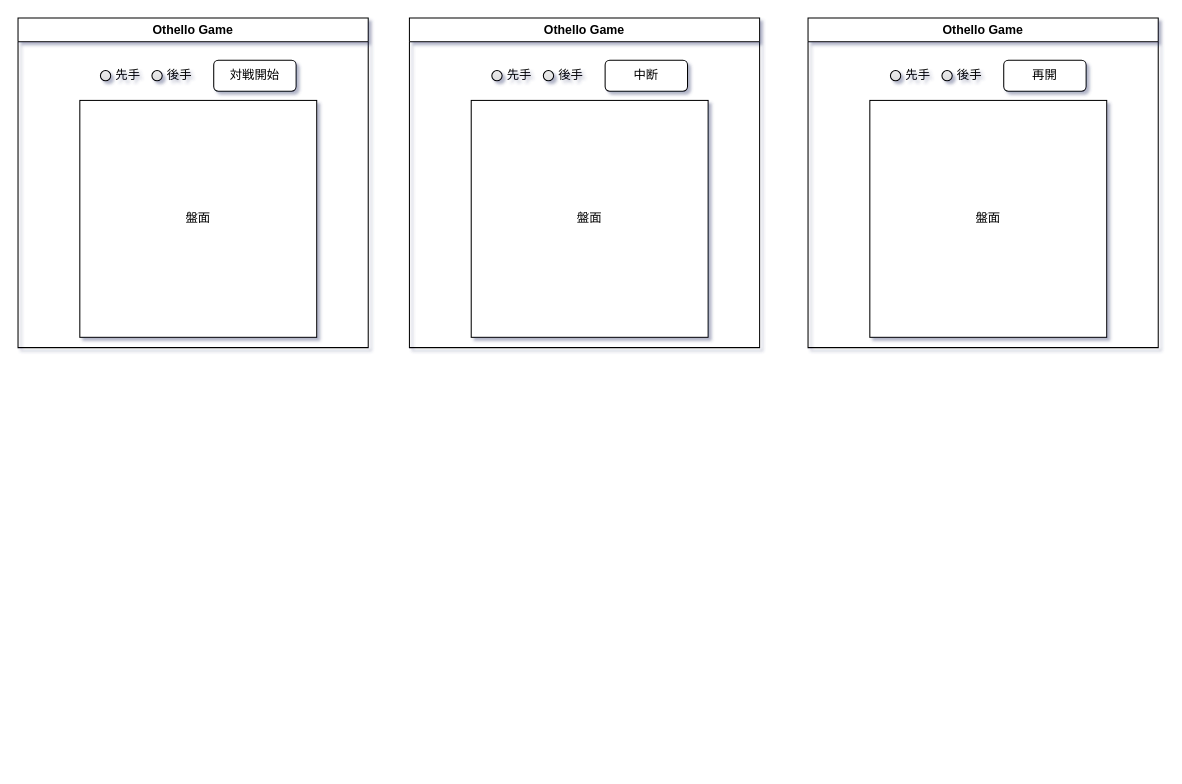
Before: docs/othello_ui.drawio in yr260625/vercel-postgres-trial, a draw.io diagram. Source tidied: cells renumbered, new cells numbered last; positions are measured from the earlier drawing's top-left corner, leaving out a move shared by most shapes. Both pictures are drawn from the tidied source at 103%, with x=0, y=0 at pixel (18, 18).
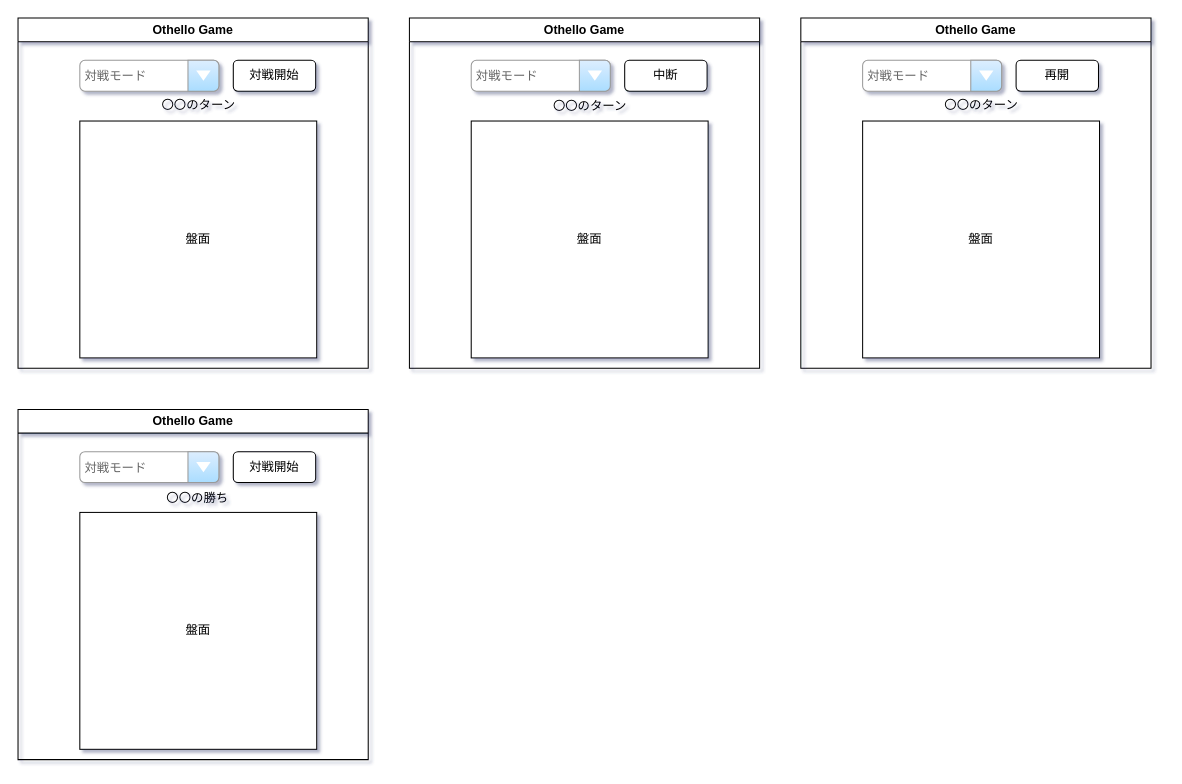
The same page after the edit.

Change to the diagram source:
```diff
@@
     <mxCell id="2" value="Othello Game" style="swimlane;whiteSpace=wrap;html=1;startSize=23;" parent="1" vertex="1">
-      <mxGeometry width="340" height="320" as="geometry" />
+      <mxGeometry width="340" height="340" as="geometry" />
     </mxCell>
     <mxCell id="3" value="対戦開始" style="rounded=1;whiteSpace=wrap;html=1;" parent="2" vertex="1">
-      <mxGeometry x="190" y="41" width="80" height="30" as="geometry" />
+      <mxGeometry x="209" y="41" width="80" height="30" as="geometry" />
     </mxCell>
-    <mxCell id="4" value="先手&lt;span style=&quot;white-space: pre;&quot;&gt;&#9;&lt;/span&gt;" style="html=1;shadow=0;dashed=0;shape=mxgraph.bootstrap.radioButton2;labelPosition=right;verticalLabelPosition=middle;align=left;verticalAlign=middle;gradientColor=#DEDEDE;fillColor=#EDEDED;checked=0;spacing=5;checkedFill=#0085FC;checkedStroke=#ffffff;" parent="2" vertex="1">
-      <mxGeometry x="80" y="51" width="10" height="10" as="geometry" />
-    </mxCell>
-    <mxCell id="5" value="後手" style="html=1;shadow=0;dashed=0;shape=mxgraph.bootstrap.radioButton2;labelPosition=right;verticalLabelPosition=middle;align=left;verticalAlign=middle;gradientColor=#DEDEDE;fillColor=#EDEDED;checked=0;spacing=5;checkedFill=#0085FC;checkedStroke=#ffffff;" parent="2" vertex="1">
-      <mxGeometry x="130" y="51" width="10" height="10" as="geometry" />
-    </mxCell>
     <mxCell id="6" value="盤面" style="whiteSpace=wrap;html=1;" parent="2" vertex="1">
-      <mxGeometry x="60" y="80" width="230" height="230" as="geometry" />
+      <mxGeometry x="60" y="100" width="230" height="230" as="geometry" />
     </mxCell>
-    <mxCell id="7" value="Othello Game" style="swimlane;whiteSpace=wrap;html=1;startSize=23;" parent="1" vertex="1">
-      <mxGeometry x="380" width="340" height="320" as="geometry" />
-    </mxCell>
+    <mxCell id="17" value="&lt;font style=&quot;font-size: 12px;&quot;&gt;対戦モード&lt;/font&gt;" style="strokeWidth=1;shadow=0;dashed=0;align=center;html=1;shape=mxgraph.mockup.forms.comboBox;strokeColor=#999999;fillColor=#ddeeff;align=left;fillColor2=#aaddff;mainText=;fontColor=#666666;fontSize=17;spacingLeft=3;" parent="2" vertex="1">
+      <mxGeometry x="60" y="41" width="135" height="30" as="geometry" />
+    </mxCell>
+    <mxCell id="18" value="〇〇のターン" style="text;html=1;align=center;verticalAlign=middle;strokeColor=none;fillColor=none;fontSize=12;" parent="2" vertex="1">
+      <mxGeometry x="125" y="70" width="100" height="30" as="geometry" />
+    </mxCell>
+    <mxCell id="19" value="Othello Game" style="swimlane;whiteSpace=wrap;html=1;startSize=23;" parent="1" vertex="1">
+      <mxGeometry x="380" width="340" height="340" as="geometry" />
+    </mxCell>
-    <mxCell id="8" value="中断" style="rounded=1;whiteSpace=wrap;html=1;" parent="7" vertex="1">
-      <mxGeometry x="190" y="41" width="80" height="30" as="geometry" />
+    <mxCell id="8" value="中断" style="rounded=1;whiteSpace=wrap;html=1;" parent="19" vertex="1">
+      <mxGeometry x="209" y="41" width="80" height="30" as="geometry" />
     </mxCell>
-    <mxCell id="9" value="先手&lt;span style=&quot;white-space: pre;&quot;&gt;&#9;&lt;/span&gt;" style="html=1;shadow=0;dashed=0;shape=mxgraph.bootstrap.radioButton2;labelPosition=right;verticalLabelPosition=middle;align=left;verticalAlign=middle;gradientColor=#DEDEDE;fillColor=#EDEDED;checked=0;spacing=5;checkedFill=#0085FC;checkedStroke=#ffffff;" parent="7" vertex="1">
-      <mxGeometry x="80" y="51" width="10" height="10" as="geometry" />
-    </mxCell>
-    <mxCell id="10" value="後手" style="html=1;shadow=0;dashed=0;shape=mxgraph.bootstrap.radioButton2;labelPosition=right;verticalLabelPosition=middle;align=left;verticalAlign=middle;gradientColor=#DEDEDE;fillColor=#EDEDED;checked=0;spacing=5;checkedFill=#0085FC;checkedStroke=#ffffff;" parent="7" vertex="1">
-      <mxGeometry x="130" y="51" width="10" height="10" as="geometry" />
-    </mxCell>
-    <mxCell id="11" value="盤面" style="whiteSpace=wrap;html=1;" parent="7" vertex="1">
-      <mxGeometry x="60" y="80" width="230" height="230" as="geometry" />
-    </mxCell>
-    <mxCell id="12" value="Othello Game" style="swimlane;whiteSpace=wrap;html=1;startSize=23;" parent="1" vertex="1">
-      <mxGeometry x="767" width="340" height="320" as="geometry" />
-    </mxCell>
+    <mxCell id="20" value="盤面" style="whiteSpace=wrap;html=1;" parent="19" vertex="1">
+      <mxGeometry x="60" y="100" width="230" height="230" as="geometry" />
+    </mxCell>
+    <mxCell id="21" value="&lt;font style=&quot;font-size: 12px;&quot;&gt;対戦モード&lt;/font&gt;" style="strokeWidth=1;shadow=0;dashed=0;align=center;html=1;shape=mxgraph.mockup.forms.comboBox;strokeColor=#999999;fillColor=#ddeeff;align=left;fillColor2=#aaddff;mainText=;fontColor=#666666;fontSize=17;spacingLeft=3;" parent="19" vertex="1">
+      <mxGeometry x="60" y="41" width="135" height="30" as="geometry" />
+    </mxCell>
+    <mxCell id="22" value="〇〇のターン" style="text;html=1;align=center;verticalAlign=middle;strokeColor=none;fillColor=none;fontSize=12;" parent="19" vertex="1">
+      <mxGeometry x="125" y="71" width="100" height="30" as="geometry" />
+    </mxCell>
+    <mxCell id="23" value="Othello Game" style="swimlane;whiteSpace=wrap;html=1;startSize=23;" parent="1" vertex="1">
+      <mxGeometry x="760" width="340" height="340" as="geometry" />
+    </mxCell>
-    <mxCell id="13" value="再開" style="rounded=1;whiteSpace=wrap;html=1;" parent="12" vertex="1">
-      <mxGeometry x="190" y="41" width="80" height="30" as="geometry" />
+    <mxCell id="13" value="再開" style="rounded=1;whiteSpace=wrap;html=1;" parent="23" vertex="1">
+      <mxGeometry x="209" y="41" width="80" height="30" as="geometry" />
     </mxCell>
-    <mxCell id="14" value="先手&lt;span style=&quot;white-space: pre;&quot;&gt;&#9;&lt;/span&gt;" style="html=1;shadow=0;dashed=0;shape=mxgraph.bootstrap.radioButton2;labelPosition=right;verticalLabelPosition=middle;align=left;verticalAlign=middle;gradientColor=#DEDEDE;fillColor=#EDEDED;checked=0;spacing=5;checkedFill=#0085FC;checkedStroke=#ffffff;" parent="12" vertex="1">
-      <mxGeometry x="80" y="51" width="10" height="10" as="geometry" />
-    </mxCell>
-    <mxCell id="15" value="後手" style="html=1;shadow=0;dashed=0;shape=mxgraph.bootstrap.radioButton2;labelPosition=right;verticalLabelPosition=middle;align=left;verticalAlign=middle;gradientColor=#DEDEDE;fillColor=#EDEDED;checked=0;spacing=5;checkedFill=#0085FC;checkedStroke=#ffffff;" parent="12" vertex="1">
-      <mxGeometry x="130" y="51" width="10" height="10" as="geometry" />
-    </mxCell>
-    <mxCell id="16" value="盤面" style="whiteSpace=wrap;html=1;" parent="12" vertex="1">
-      <mxGeometry x="60" y="80" width="230" height="230" as="geometry" />
-    </mxCell>
+    <mxCell id="24" value="盤面" style="whiteSpace=wrap;html=1;" parent="23" vertex="1">
+      <mxGeometry x="60" y="100" width="230" height="230" as="geometry" />
+    </mxCell>
+    <mxCell id="25" value="&lt;font style=&quot;font-size: 12px;&quot;&gt;対戦モード&lt;/font&gt;" style="strokeWidth=1;shadow=0;dashed=0;align=center;html=1;shape=mxgraph.mockup.forms.comboBox;strokeColor=#999999;fillColor=#ddeeff;align=left;fillColor2=#aaddff;mainText=;fontColor=#666666;fontSize=17;spacingLeft=3;" parent="23" vertex="1">
+      <mxGeometry x="60" y="41" width="135" height="30" as="geometry" />
+    </mxCell>
+    <mxCell id="26" value="〇〇のターン" style="text;html=1;align=center;verticalAlign=middle;strokeColor=none;fillColor=none;fontSize=12;" parent="23" vertex="1">
+      <mxGeometry x="125" y="70" width="100" height="30" as="geometry" />
+    </mxCell>
+    <mxCell id="27" value="Othello Game" style="swimlane;whiteSpace=wrap;html=1;startSize=23;" parent="1" vertex="1">
+      <mxGeometry y="380" width="340" height="340" as="geometry" />
+    </mxCell>
+    <mxCell id="28" value="対戦開始" style="rounded=1;whiteSpace=wrap;html=1;" parent="27" vertex="1">
+      <mxGeometry x="209" y="41" width="80" height="30" as="geometry" />
+    </mxCell>
+    <mxCell id="29" value="盤面" style="whiteSpace=wrap;html=1;" parent="27" vertex="1">
+      <mxGeometry x="60" y="100" width="230" height="230" as="geometry" />
+    </mxCell>
+    <mxCell id="30" value="&lt;font style=&quot;font-size: 12px;&quot;&gt;対戦モード&lt;/font&gt;" style="strokeWidth=1;shadow=0;dashed=0;align=center;html=1;shape=mxgraph.mockup.forms.comboBox;strokeColor=#999999;fillColor=#ddeeff;align=left;fillColor2=#aaddff;mainText=;fontColor=#666666;fontSize=17;spacingLeft=3;" parent="27" vertex="1">
+      <mxGeometry x="60" y="41" width="135" height="30" as="geometry" />
+    </mxCell>
+    <mxCell id="31" value="〇〇の勝ち" style="text;html=1;align=center;verticalAlign=middle;strokeColor=none;fillColor=none;fontSize=12;" parent="27" vertex="1">
+      <mxGeometry x="134" y="71" width="80" height="30" as="geometry" />
+    </mxCell>
```
